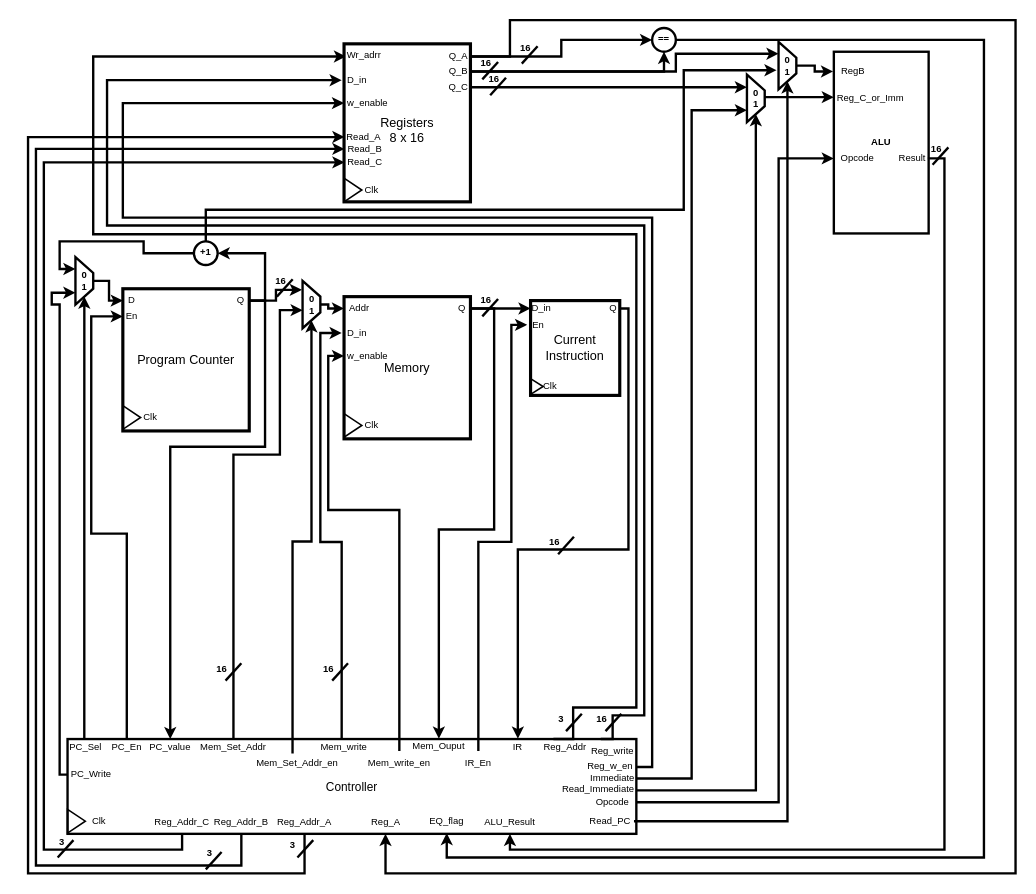
Earlier version of the draw.io diagram page "Control Unit" (2 of 2) of docs/diagrams/XML_Files/RTL_diagrams.drawio (adityab7106/RiSC-16). Source tidied: cells renumbered, new cells numbered last; positions are measured from the earlier drawing's top-left corner, leaving out a move shared by most shapes. Both pictures are drawn from the tidied source at 79%, with x=0, y=0 at pixel (28, 20).
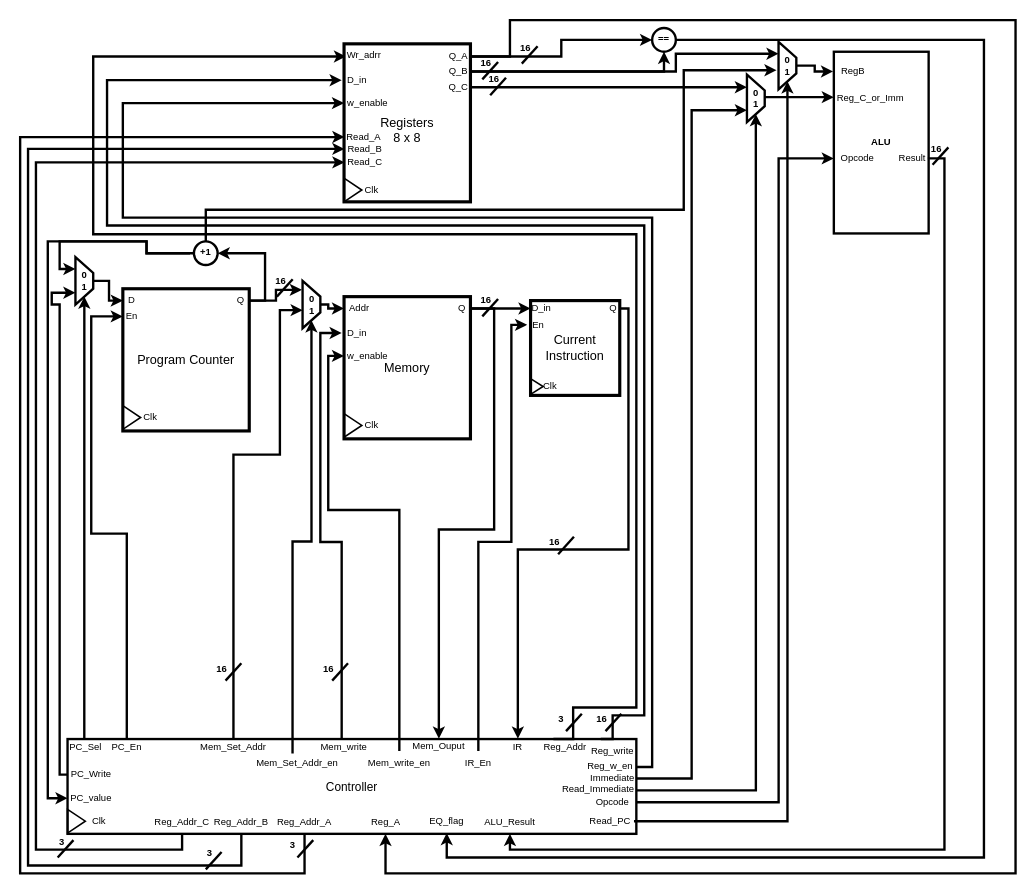
The same page after the edit.

Unchanged cells that the change refers to:
```xml
<mxCell id="17" value="Q" style="text;html=1;whiteSpace=wrap;strokeColor=none;fillColor=none;align=center;verticalAlign=middle;rounded=0;" parent="11" vertex="1">
  <mxGeometry x="147.5" width="22.5" height="30" as="geometry" />
</mxCell>
<mxCell id="27" value="0&lt;div&gt;1&lt;/div&gt;" style="shape=trapezoid;perimeter=trapezoidPerimeter;whiteSpace=wrap;html=1;shapeInside=1;fixedSize=1;strokeWidth=3;direction=south;fontStyle=1;" parent="1" vertex="1">
  <mxGeometry x="60" y="300" width="22.5" height="60" as="geometry" />
</mxCell>
<mxCell id="30" value="+1" style="ellipse;whiteSpace=wrap;html=1;shapeInside=1;align=center;verticalAlign=top;fontFamily=Helvetica;fontSize=12;fontColor=default;fillColor=none;gradientColor=none;strokeWidth=3;fontStyle=1;" parent="1" vertex="1">
  <mxGeometry x="210" y="280" width="30" height="30" as="geometry" />
</mxCell>
<mxCell id="53" value="Reg_Addr_B" style="text;html=1;whiteSpace=wrap;strokeColor=none;fillColor=none;align=center;verticalAlign=middle;rounded=0;" parent="1" vertex="1">
  <mxGeometry x="240" y="1000" width="60" height="30" as="geometry" />
</mxCell>
<mxCell id="55" value="Reg_Addr_A" style="text;html=1;whiteSpace=wrap;strokeColor=none;fillColor=none;align=center;verticalAlign=middle;rounded=0;" parent="1" vertex="1">
  <mxGeometry x="320" y="1000" width="60" height="30" as="geometry" />
</mxCell>
<mxCell id="68" value="Read_B" style="text;html=1;whiteSpace=wrap;strokeColor=none;fillColor=none;align=center;verticalAlign=middle;rounded=0;" parent="1" vertex="1">
  <mxGeometry x="400.5" y="148" width="51" height="30" as="geometry" />
</mxCell>
<mxCell id="76" value="Reg_Addr_C" style="text;html=1;whiteSpace=wrap;strokeColor=none;fillColor=none;align=center;verticalAlign=middle;rounded=0;" parent="1" vertex="1">
  <mxGeometry x="165" y="1000" width="60" height="30" as="geometry" />
</mxCell>
<mxCell id="77" value="Read_C" style="text;html=1;whiteSpace=wrap;strokeColor=none;fillColor=none;align=center;verticalAlign=middle;rounded=0;" parent="1" vertex="1">
  <mxGeometry x="400.5" y="165" width="51" height="30" as="geometry" />
</mxCell>
```

Diff of the diagram source:
```diff
@@
     <mxCell id="22" value="PC_value" style="text;html=1;whiteSpace=wrap;strokeColor=none;fillColor=none;align=center;verticalAlign=middle;rounded=0;" parent="1" vertex="1">
-      <mxGeometry x="150" y="910" width="60" height="20" as="geometry" />
+      <mxGeometry x="50" y="975" width="60" height="20" as="geometry" />
     </mxCell>
@@
     <mxCell id="28" style="edgeStyle=orthogonalEdgeStyle;rounded=0;jettySize=auto;html=1;entryX=0.25;entryY=1;entryDx=0;entryDy=0;fontFamily=Helvetica;fontSize=12;fontColor=default;strokeWidth=3;" parent="1" edge="1" source="30" target="27">
-      <mxGeometry relative="1" as="geometry" />
+      <mxGeometry relative="1" as="geometry">
+        <Array as="points">
+          <mxPoint x="150" y="295" />
+          <mxPoint x="150" y="280" />
+          <mxPoint x="40" y="280" />
+          <mxPoint x="40" y="315" />
+        </Array>
+      </mxGeometry>
     </mxCell>
@@
+    <mxCell id="153" style="edgeStyle=orthogonalEdgeStyle;rounded=0;jettySize=auto;html=1;entryX=0;entryY=0.5;entryDx=0;entryDy=0;fontFamily=Helvetica;fontSize=12;fontColor=default;strokeWidth=3;" parent="1" edge="1" target="22">
+      <mxGeometry relative="1" as="geometry">
+        <mxPoint x="205" y="295" as="sourcePoint" />
+        <Array as="points">
+          <mxPoint x="150" y="295" />
+          <mxPoint x="150" y="280.1" />
+          <mxPoint x="25" y="280.1" />
+          <mxPoint x="25" y="985" />
+        </Array>
+      </mxGeometry>
+    </mxCell>
@@
-    <mxCell id="33" style="edgeStyle=orthogonalEdgeStyle;rounded=0;jettySize=auto;html=1;entryX=0.5;entryY=0;entryDx=0;entryDy=0;fontFamily=Helvetica;fontSize=12;fontColor=default;strokeWidth=3;" parent="1" edge="1" source="17" target="22">
-      <mxGeometry relative="1" as="geometry">
-        <Array as="points">
-          <mxPoint x="300" y="355.1" />
-          <mxPoint x="300" y="540" />
-          <mxPoint x="180" y="540" />
-        </Array>
-      </mxGeometry>
-    </mxCell>
@@
     <mxCell id="52" style="edgeStyle=orthogonalEdgeStyle;rounded=0;jettySize=auto;html=1;entryX=0;entryY=0.5;entryDx=0;entryDy=0;fontFamily=Helvetica;fontSize=12;fontColor=default;strokeWidth=3;" parent="1" edge="1" source="53" target="68">
       <mxGeometry relative="1" as="geometry">
         <Array as="points">
-          <mxPoint x="270" y="1070" />
-          <mxPoint x="10" y="1070" />
-          <mxPoint x="10" y="163" />
+          <mxPoint x="270" y="1070.1" />
+          <mxPoint y="1070.1" />
+          <mxPoint y="163" />
         </Array>
       </mxGeometry>
     </mxCell>
@@
     <mxCell id="54" style="edgeStyle=orthogonalEdgeStyle;rounded=0;jettySize=auto;html=1;entryX=0;entryY=0;entryDx=0;entryDy=0;fontFamily=Helvetica;fontSize=12;fontColor=default;strokeWidth=3;" parent="1" edge="1" source="55" target="68">
       <mxGeometry relative="1" as="geometry">
         <Array as="points">
           <mxPoint x="350" y="1080" />
-          <mxPoint y="1080" />
-          <mxPoint y="148" />
+          <mxPoint x="-10" y="1080" />
+          <mxPoint x="-10" y="148" />
         </Array>
       </mxGeometry>
     </mxCell>
@@
-    <mxCell id="61" value="&lt;div&gt;&lt;font style=&quot;font-size: 16px;&quot;&gt;&lt;br&gt;&lt;/font&gt;&lt;/div&gt;&lt;font style=&quot;font-size: 16px;&quot;&gt;Registers&lt;/font&gt;&lt;div&gt;&lt;font style=&quot;font-size: 16px;&quot;&gt;8 x 16&lt;/font&gt;&lt;/div&gt;" style="rounded=0;whiteSpace=wrap;html=1;strokeWidth=4;" parent="1" vertex="1">
+    <mxCell id="61" value="&lt;div&gt;&lt;font style=&quot;font-size: 16px;&quot;&gt;&lt;br&gt;&lt;/font&gt;&lt;/div&gt;&lt;font style=&quot;font-size: 16px;&quot;&gt;Registers&lt;/font&gt;&lt;div&gt;&lt;font style=&quot;font-size: 16px;&quot;&gt;8 x 8&lt;/font&gt;&lt;/div&gt;" style="rounded=0;whiteSpace=wrap;html=1;strokeWidth=4;" parent="1" vertex="1">
       <mxGeometry x="400" y="30" width="160" height="200" as="geometry" />
     </mxCell>
@@
     <mxCell id="75" style="edgeStyle=orthogonalEdgeStyle;rounded=0;jettySize=auto;html=1;exitX=0.5;exitY=1;exitDx=0;exitDy=0;entryX=0;entryY=0.5;entryDx=0;entryDy=0;fontFamily=Helvetica;fontSize=12;fontColor=default;strokeWidth=3;" parent="1" edge="1" source="76" target="77">
       <mxGeometry relative="1" as="geometry">
         <Array as="points">
           <mxPoint x="195" y="1050" />
-          <mxPoint x="20" y="1050" />
-          <mxPoint x="20" y="180" />
+          <mxPoint x="10" y="1050" />
+          <mxPoint x="10" y="180" />
         </Array>
       </mxGeometry>
     </mxCell>
```
